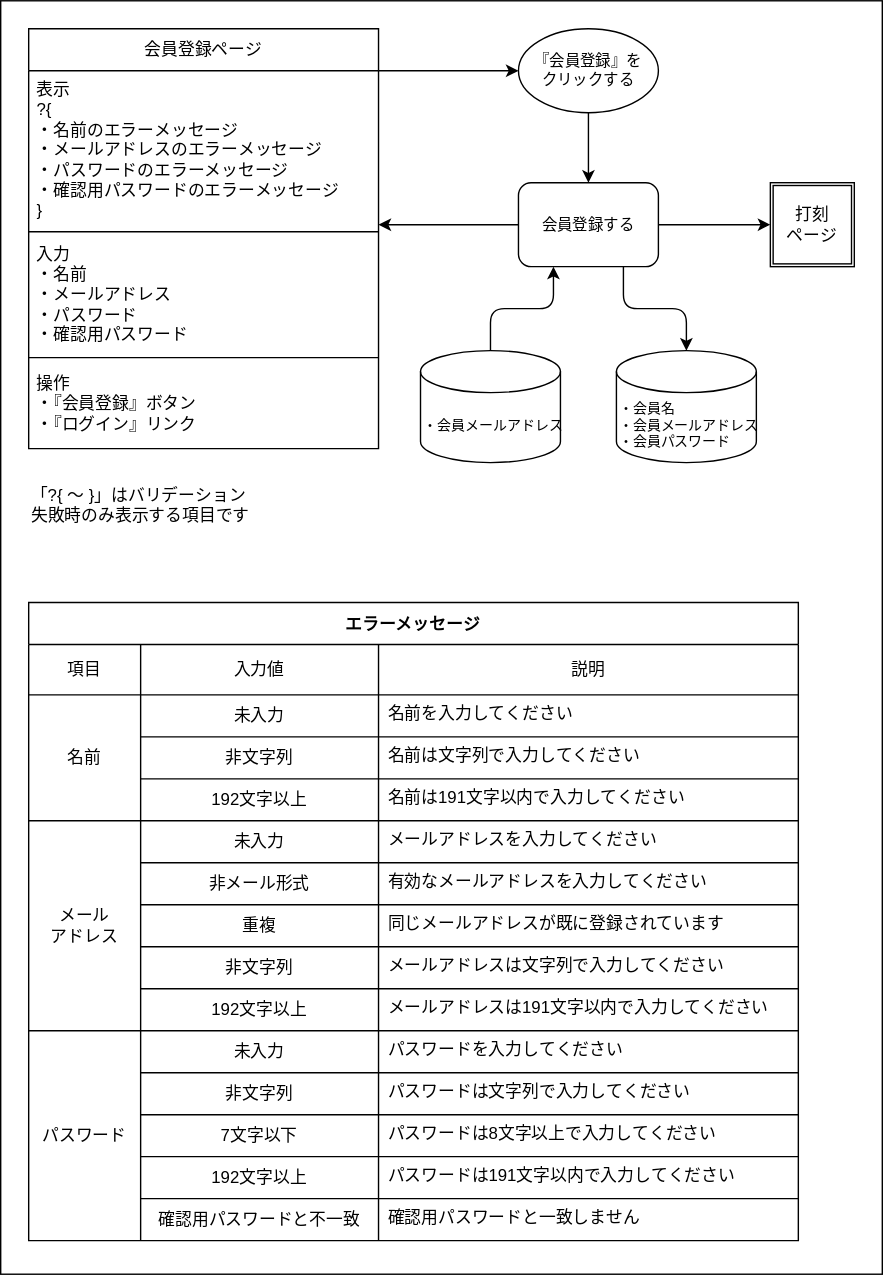
The draw.io diagram doc/画面遷移図/認証ページ/会員登録.drawio.svg in ryamao/atte, before a commit. Source tidied: cells renumbered, new cells last; positions are measured from the earlier drawing's top-left corner, leaving out a move shared by most shapes. Its diagram source:
```xml
<mxGraphModel>
  <root>
    <mxCell id="0" />
    <mxCell id="1" parent="0" />
    <mxCell id="2" style="rounded=0;whiteSpace=wrap;html=1;" parent="1" vertex="1">
      <mxGeometry width="630" height="910" as="geometry" />
    </mxCell>
    <mxCell id="3" value="会員登録ページ" style="swimlane;fontStyle=0;horizontal=1;startSize=30;whiteSpace=wrap;html=1;flipH=1;flipV=0;" parent="1" vertex="1">
      <mxGeometry x="20" y="20" width="250" height="300" as="geometry" />
    </mxCell>
    <mxCell id="4" value="表示&lt;br&gt;?{&lt;br&gt;　・名前のエラーメッセージ&lt;br&gt;　・メールアドレスのエラーメッセージ&lt;br&gt;　・パスワードのエラーメッセージ&lt;br&gt;　・確認用パスワードのエラーメッセージ&lt;br&gt;}" style="text;strokeColor=none;fillColor=none;align=left;verticalAlign=top;spacingLeft=4;spacingRight=4;overflow=hidden;portConstraint=eastwest;whiteSpace=wrap;html=1;" parent="3" vertex="1">
      <mxGeometry y="30" width="250" height="110" as="geometry" />
    </mxCell>
    <mxCell id="5" style="line;strokeWidth=1;html=1;" parent="3" vertex="1">
      <mxGeometry y="140" width="250" height="10" as="geometry" />
    </mxCell>
    <mxCell id="6" value="入力&lt;br&gt;・名前&lt;br&gt;・メールアドレス&lt;br&gt;・パスワード&lt;br&gt;・確認用パスワード" style="text;strokeColor=none;fillColor=none;align=left;verticalAlign=middle;spacingLeft=4;spacingRight=4;overflow=hidden;whiteSpace=wrap;html=1;strokeWidth=0;" parent="3" vertex="1">
      <mxGeometry y="150" width="250" height="80" as="geometry" />
    </mxCell>
    <mxCell id="7" style="line;strokeWidth=1;html=1;" parent="3" vertex="1">
      <mxGeometry y="230" width="250" height="10" as="geometry" />
    </mxCell>
    <mxCell id="8" value="操作&lt;br&gt;・『会員登録』ボタン&lt;br&gt;・『ログイン』リンク" style="text;strokeColor=none;fillColor=none;align=left;verticalAlign=top;spacingLeft=4;spacingRight=4;overflow=hidden;whiteSpace=wrap;html=1;strokeWidth=1;" parent="3" vertex="1">
      <mxGeometry y="240" width="250" height="60" as="geometry" />
    </mxCell>
    <mxCell id="9" style="edgeStyle=none;html=1;exitX=0.5;exitY=1;exitDx=0;exitDy=0;entryX=0.5;entryY=0;entryDx=0;entryDy=0;" parent="1" edge="1" source="65" target="66">
      <mxGeometry relative="1" as="geometry" />
    </mxCell>
    <mxCell id="10" style="edgeStyle=none;html=1;exitX=1;exitY=0.5;exitDx=0;exitDy=0;entryX=0;entryY=0.5;entryDx=0;entryDy=0;" parent="1" edge="1" source="66" target="67">
      <mxGeometry relative="1" as="geometry" />
    </mxCell>
    <mxCell id="11" style="edgeStyle=orthogonalEdgeStyle;html=1;exitX=0.75;exitY=1;exitDx=0;exitDy=0;entryX=0.5;entryY=0;entryDx=0;entryDy=0;entryPerimeter=0;" parent="1" edge="1" source="66" target="63">
      <mxGeometry relative="1" as="geometry" />
    </mxCell>
    <mxCell id="12" style="edgeStyle=none;html=1;entryX=0;entryY=0.5;entryDx=0;entryDy=0;exitX=1;exitY=0;exitDx=0;exitDy=0;" parent="1" edge="1" source="4" target="65">
      <mxGeometry relative="1" as="geometry" />
    </mxCell>
    <mxCell id="13" style="edgeStyle=none;html=1;exitX=0;exitY=0.5;exitDx=0;exitDy=0;entryX=1;entryY=1;entryDx=0;entryDy=0;" parent="1" edge="1" source="66" target="4">
      <mxGeometry relative="1" as="geometry" />
    </mxCell>
    <mxCell id="14" value="エラーメッセージ" style="shape=table;startSize=30;fontStyle=1;align=center;" parent="1" vertex="1">
      <mxGeometry x="20" y="430" width="550" height="456" as="geometry" />
    </mxCell>
    <mxCell id="15" style="shape=tableRow;horizontal=0;startSize=0;swimlaneHead=0;swimlaneBody=0;top=0;left=0;bottom=0;right=0;fillColor=none;" parent="14" vertex="1">
      <mxGeometry y="30" width="550" height="36" as="geometry" />
    </mxCell>
    <mxCell id="16" value="項目" style="shape=partialRectangle;html=1;whiteSpace=wrap;fillColor=none;top=0;left=0;bottom=0;right=0;overflow=hidden;" parent="15" vertex="1">
      <mxGeometry width="80" height="36" as="geometry" />
    </mxCell>
    <mxCell id="17" value="入力値" style="shape=partialRectangle;html=1;whiteSpace=wrap;fillColor=none;top=0;left=0;bottom=0;right=0;overflow=hidden;" parent="15" vertex="1">
      <mxGeometry x="80" width="170" height="36" as="geometry" />
    </mxCell>
    <mxCell id="18" value="説明" style="shape=partialRectangle;html=1;whiteSpace=wrap;fillColor=none;top=0;left=0;bottom=0;right=0;overflow=hidden;" parent="15" vertex="1">
      <mxGeometry x="250" width="300" height="36" as="geometry" />
    </mxCell>
    <mxCell id="19" style="shape=tableRow;horizontal=0;startSize=0;swimlaneHead=0;swimlaneBody=0;top=0;left=0;bottom=0;right=0;fillColor=none;" parent="14" vertex="1">
      <mxGeometry y="66" width="550" height="30" as="geometry" />
    </mxCell>
    <mxCell id="20" value="名前" style="shape=partialRectangle;html=1;whiteSpace=wrap;fillColor=none;top=0;left=0;bottom=0;right=0;overflow=hidden;align=center;verticalAlign=middle;rowspan=3;" parent="19" vertex="1">
      <mxGeometry width="80" height="90" as="geometry" />
    </mxCell>
    <mxCell id="21" value="未入力" style="shape=partialRectangle;html=1;whiteSpace=wrap;fillColor=none;top=0;left=0;bottom=0;right=0;overflow=hidden;align=center;verticalAlign=middle;" parent="19" vertex="1">
      <mxGeometry x="80" width="170" height="30" as="geometry" />
    </mxCell>
    <mxCell id="22" value="名前を入力してください" style="shape=partialRectangle;html=1;whiteSpace=wrap;fillColor=none;top=0;left=0;bottom=0;right=0;overflow=hidden;verticalAlign=top;align=left;spacingLeft=5;" parent="19" vertex="1">
      <mxGeometry x="250" width="300" height="30" as="geometry" />
    </mxCell>
    <mxCell id="23" style="shape=tableRow;horizontal=0;startSize=0;swimlaneHead=0;swimlaneBody=0;top=0;left=0;bottom=0;right=0;fillColor=none;" parent="14" vertex="1">
      <mxGeometry y="96" width="550" height="30" as="geometry" />
    </mxCell>
    <mxCell id="24" value="非文字列" style="shape=partialRectangle;html=1;whiteSpace=wrap;fillColor=none;top=0;left=0;bottom=0;right=0;overflow=hidden;verticalAlign=middle;align=center;" parent="23" vertex="1">
      <mxGeometry x="80" width="170" height="30" as="geometry" />
    </mxCell>
    <mxCell id="25" value="名前は文字列で入力してください" style="shape=partialRectangle;html=1;whiteSpace=wrap;fillColor=none;top=0;left=0;bottom=0;right=0;overflow=hidden;verticalAlign=top;align=left;spacingLeft=5;" parent="23" vertex="1">
      <mxGeometry x="250" width="300" height="30" as="geometry" />
    </mxCell>
    <mxCell id="26" style="shape=tableRow;horizontal=0;startSize=0;swimlaneHead=0;swimlaneBody=0;top=0;left=0;bottom=0;right=0;fillColor=none;" parent="14" vertex="1">
      <mxGeometry y="126" width="550" height="30" as="geometry" />
    </mxCell>
    <mxCell id="27" value="192文字以上" style="shape=partialRectangle;html=1;whiteSpace=wrap;fillColor=none;top=0;left=0;bottom=0;right=0;overflow=hidden;verticalAlign=middle;align=center;" parent="26" vertex="1">
      <mxGeometry x="80" width="170" height="30" as="geometry" />
    </mxCell>
    <mxCell id="28" value="名前は191文字以内で入力してください" style="shape=partialRectangle;html=1;whiteSpace=wrap;fillColor=none;top=0;left=0;bottom=0;right=0;overflow=hidden;verticalAlign=top;align=left;spacingLeft=5;" parent="26" vertex="1">
      <mxGeometry x="250" width="300" height="30" as="geometry" />
    </mxCell>
    <mxCell id="29" style="shape=tableRow;horizontal=0;startSize=0;swimlaneHead=0;swimlaneBody=0;top=0;left=0;bottom=0;right=0;fillColor=none;" parent="14" vertex="1">
      <mxGeometry y="156" width="550" height="30" as="geometry" />
    </mxCell>
    <mxCell id="30" value="メール&lt;br&gt;アドレス" style="shape=partialRectangle;html=1;whiteSpace=wrap;fillColor=none;top=0;left=0;bottom=0;right=0;overflow=hidden;verticalAlign=middle;align=center;rowspan=5;" parent="29" vertex="1">
      <mxGeometry width="80" height="150" as="geometry" />
    </mxCell>
    <mxCell id="31" value="未入力" style="shape=partialRectangle;html=1;whiteSpace=wrap;fillColor=none;top=0;left=0;bottom=0;right=0;overflow=hidden;verticalAlign=middle;align=center;" parent="29" vertex="1">
      <mxGeometry x="80" width="170" height="30" as="geometry" />
    </mxCell>
    <mxCell id="32" value="メールアドレスを入力してください" style="shape=partialRectangle;html=1;whiteSpace=wrap;fillColor=none;top=0;left=0;bottom=0;right=0;overflow=hidden;verticalAlign=top;align=left;spacingLeft=5;" parent="29" vertex="1">
      <mxGeometry x="250" width="300" height="30" as="geometry" />
    </mxCell>
    <mxCell id="33" style="shape=tableRow;horizontal=0;startSize=0;swimlaneHead=0;swimlaneBody=0;top=0;left=0;bottom=0;right=0;fillColor=none;" parent="14" vertex="1">
      <mxGeometry y="186" width="550" height="30" as="geometry" />
    </mxCell>
    <mxCell id="34" value="非メール形式" style="shape=partialRectangle;html=1;whiteSpace=wrap;fillColor=none;top=0;left=0;bottom=0;right=0;overflow=hidden;verticalAlign=middle;align=center;" parent="33" vertex="1">
      <mxGeometry x="80" width="170" height="30" as="geometry" />
    </mxCell>
    <mxCell id="35" value="有効なメールアドレスを入力してください" style="shape=partialRectangle;html=1;whiteSpace=wrap;fillColor=none;top=0;left=0;bottom=0;right=0;overflow=hidden;verticalAlign=top;align=left;spacingLeft=5;" parent="33" vertex="1">
      <mxGeometry x="250" width="300" height="30" as="geometry" />
    </mxCell>
    <mxCell id="36" style="shape=tableRow;horizontal=0;startSize=0;swimlaneHead=0;swimlaneBody=0;top=0;left=0;bottom=0;right=0;fillColor=none;" parent="14" vertex="1">
      <mxGeometry y="216" width="550" height="30" as="geometry" />
    </mxCell>
    <mxCell id="37" value="重複" style="shape=partialRectangle;html=1;whiteSpace=wrap;fillColor=none;top=0;left=0;bottom=0;right=0;overflow=hidden;verticalAlign=middle;align=center;" parent="36" vertex="1">
      <mxGeometry x="80" width="170" height="30" as="geometry" />
    </mxCell>
    <mxCell id="38" value="同じメールアドレスが既に登録されています" style="shape=partialRectangle;html=1;whiteSpace=wrap;fillColor=none;top=0;left=0;bottom=0;right=0;overflow=hidden;verticalAlign=top;align=left;spacingLeft=5;" parent="36" vertex="1">
      <mxGeometry x="250" width="300" height="30" as="geometry" />
    </mxCell>
    <mxCell id="39" style="shape=tableRow;horizontal=0;startSize=0;swimlaneHead=0;swimlaneBody=0;top=0;left=0;bottom=0;right=0;fillColor=none;" parent="14" vertex="1">
      <mxGeometry y="246" width="550" height="30" as="geometry" />
    </mxCell>
    <mxCell id="40" value="非文字列" style="shape=partialRectangle;html=1;whiteSpace=wrap;fillColor=none;top=0;left=0;bottom=0;right=0;overflow=hidden;verticalAlign=middle;align=center;" parent="39" vertex="1">
      <mxGeometry x="80" width="170" height="30" as="geometry" />
    </mxCell>
    <mxCell id="41" value="メールアドレスは文字列で入力してください" style="shape=partialRectangle;html=1;whiteSpace=wrap;fillColor=none;top=0;left=0;bottom=0;right=0;overflow=hidden;verticalAlign=top;align=left;spacingLeft=5;" parent="39" vertex="1">
      <mxGeometry x="250" width="300" height="30" as="geometry" />
    </mxCell>
    <mxCell id="42" style="shape=tableRow;horizontal=0;startSize=0;swimlaneHead=0;swimlaneBody=0;top=0;left=0;bottom=0;right=0;fillColor=none;" parent="14" vertex="1">
      <mxGeometry y="276" width="550" height="30" as="geometry" />
    </mxCell>
    <mxCell id="43" value="192文字以上" style="shape=partialRectangle;html=1;whiteSpace=wrap;fillColor=none;top=0;left=0;bottom=0;right=0;overflow=hidden;verticalAlign=middle;align=center;" parent="42" vertex="1">
      <mxGeometry x="80" width="170" height="30" as="geometry" />
    </mxCell>
    <mxCell id="44" value="メールアドレスは191文字以内で入力してください" style="shape=partialRectangle;html=1;whiteSpace=wrap;fillColor=none;top=0;left=0;bottom=0;right=0;overflow=hidden;verticalAlign=top;align=left;spacingLeft=5;" parent="42" vertex="1">
      <mxGeometry x="250" width="300" height="30" as="geometry" />
    </mxCell>
    <mxCell id="45" style="shape=tableRow;horizontal=0;startSize=0;swimlaneHead=0;swimlaneBody=0;top=0;left=0;bottom=0;right=0;fillColor=none;" parent="14" vertex="1">
      <mxGeometry y="306" width="550" height="30" as="geometry" />
    </mxCell>
    <mxCell id="46" value="パスワード" style="shape=partialRectangle;html=1;whiteSpace=wrap;fillColor=none;top=0;left=0;bottom=0;right=0;overflow=hidden;verticalAlign=middle;align=center;rowspan=5;" parent="45" vertex="1">
      <mxGeometry width="80" height="150" as="geometry" />
    </mxCell>
    <mxCell id="47" value="未入力" style="shape=partialRectangle;html=1;whiteSpace=wrap;fillColor=none;top=0;left=0;bottom=0;right=0;overflow=hidden;verticalAlign=middle;align=center;" parent="45" vertex="1">
      <mxGeometry x="80" width="170" height="30" as="geometry" />
    </mxCell>
    <mxCell id="48" value="パスワードを入力してください" style="shape=partialRectangle;html=1;whiteSpace=wrap;fillColor=none;top=0;left=0;bottom=0;right=0;overflow=hidden;verticalAlign=top;align=left;spacingLeft=5;" parent="45" vertex="1">
      <mxGeometry x="250" width="300" height="30" as="geometry" />
    </mxCell>
    <mxCell id="49" style="shape=tableRow;horizontal=0;startSize=0;swimlaneHead=0;swimlaneBody=0;top=0;left=0;bottom=0;right=0;fillColor=none;" parent="14" vertex="1">
      <mxGeometry y="336" width="550" height="30" as="geometry" />
    </mxCell>
    <mxCell id="50" value="非文字列" style="shape=partialRectangle;html=1;whiteSpace=wrap;fillColor=none;top=0;left=0;bottom=0;right=0;overflow=hidden;verticalAlign=middle;align=center;" parent="49" vertex="1">
      <mxGeometry x="80" width="170" height="30" as="geometry" />
    </mxCell>
    <mxCell id="51" value="パスワードは文字列で入力してください" style="shape=partialRectangle;html=1;whiteSpace=wrap;fillColor=none;top=0;left=0;bottom=0;right=0;overflow=hidden;verticalAlign=top;align=left;spacingLeft=5;" parent="49" vertex="1">
      <mxGeometry x="250" width="300" height="30" as="geometry" />
    </mxCell>
    <mxCell id="52" style="shape=tableRow;horizontal=0;startSize=0;swimlaneHead=0;swimlaneBody=0;top=0;left=0;bottom=0;right=0;fillColor=none;" parent="14" vertex="1">
      <mxGeometry y="366" width="550" height="30" as="geometry" />
    </mxCell>
    <mxCell id="53" value="7文字以下" style="shape=partialRectangle;html=1;whiteSpace=wrap;fillColor=none;top=0;left=0;bottom=0;right=0;overflow=hidden;verticalAlign=middle;align=center;" parent="52" vertex="1">
      <mxGeometry x="80" width="170" height="30" as="geometry" />
    </mxCell>
    <mxCell id="54" value="パスワードは8文字以上で入力してください" style="shape=partialRectangle;html=1;whiteSpace=wrap;fillColor=none;top=0;left=0;bottom=0;right=0;overflow=hidden;verticalAlign=top;align=left;spacingLeft=5;" parent="52" vertex="1">
      <mxGeometry x="250" width="300" height="30" as="geometry" />
    </mxCell>
    <mxCell id="55" style="shape=tableRow;horizontal=0;startSize=0;swimlaneHead=0;swimlaneBody=0;top=0;left=0;bottom=0;right=0;fillColor=none;" parent="14" vertex="1">
      <mxGeometry y="396" width="550" height="30" as="geometry" />
    </mxCell>
    <mxCell id="56" value="192文字以上" style="shape=partialRectangle;html=1;whiteSpace=wrap;fillColor=none;top=0;left=0;bottom=0;right=0;overflow=hidden;verticalAlign=middle;align=center;" parent="55" vertex="1">
      <mxGeometry x="80" width="170" height="30" as="geometry" />
    </mxCell>
    <mxCell id="57" value="パスワードは191文字以内で入力してください" style="shape=partialRectangle;html=1;whiteSpace=wrap;fillColor=none;top=0;left=0;bottom=0;right=0;overflow=hidden;verticalAlign=top;align=left;spacingLeft=5;" parent="55" vertex="1">
      <mxGeometry x="250" width="300" height="30" as="geometry" />
    </mxCell>
    <mxCell id="58" style="shape=tableRow;horizontal=0;startSize=0;swimlaneHead=0;swimlaneBody=0;top=0;left=0;bottom=0;right=0;fillColor=none;" parent="14" vertex="1">
      <mxGeometry y="426" width="550" height="30" as="geometry" />
    </mxCell>
    <mxCell id="59" value="確認用パスワードと不一致" style="shape=partialRectangle;html=1;whiteSpace=wrap;fillColor=none;top=0;left=0;bottom=0;right=0;overflow=hidden;verticalAlign=middle;align=center;" parent="58" vertex="1">
      <mxGeometry x="80" width="170" height="30" as="geometry" />
    </mxCell>
    <mxCell id="60" value="確認用パスワードと一致しません" style="shape=partialRectangle;html=1;whiteSpace=wrap;fillColor=none;top=0;left=0;bottom=0;right=0;overflow=hidden;verticalAlign=top;align=left;spacingLeft=5;" parent="58" vertex="1">
      <mxGeometry x="250" width="300" height="30" as="geometry" />
    </mxCell>
    <mxCell id="61" style="html=1;exitX=0.5;exitY=0;exitDx=0;exitDy=0;exitPerimeter=0;entryX=0.25;entryY=1;entryDx=0;entryDy=0;edgeStyle=orthogonalEdgeStyle;" parent="1" edge="1" source="62" target="66">
      <mxGeometry relative="1" as="geometry" />
    </mxCell>
    <mxCell id="62" value="・会員メールアドレス" style="shape=cylinder3;html=1;boundedLbl=1;backgroundOutline=1;size=15;align=left;fontSize=10;" parent="1" vertex="1">
      <mxGeometry x="300" y="250" width="100" height="80" as="geometry" />
    </mxCell>
    <mxCell id="63" value="・会員名&lt;br style=&quot;font-size: 10px;&quot;&gt;・会員メールアドレス&lt;br style=&quot;font-size: 10px;&quot;&gt;・会員パスワード" style="shape=cylinder3;html=1;boundedLbl=1;backgroundOutline=1;size=15;align=left;fontSize=10;" parent="1" vertex="1">
      <mxGeometry x="440" y="250" width="100" height="80" as="geometry" />
    </mxCell>
    <mxCell id="64" value="「?{ 〜 }」はバリデーション失敗時のみ表示する項目です" style="text;html=1;strokeColor=none;fillColor=none;align=left;verticalAlign=top;whiteSpace=wrap;rounded=0;" parent="1" vertex="1">
      <mxGeometry x="20" y="340" width="160" height="40" as="geometry" />
    </mxCell>
    <mxCell id="65" value="『会員登録』を&lt;br&gt;クリックする" style="ellipse;whiteSpace=wrap;html=1;fontSize=11;" parent="1" vertex="1">
      <mxGeometry x="370" y="20" width="100" height="60" as="geometry" />
    </mxCell>
    <mxCell id="66" value="会員登録する" style="rounded=1;whiteSpace=wrap;html=1;fontSize=11;" parent="1" vertex="1">
      <mxGeometry x="370" y="130" width="100" height="60" as="geometry" />
    </mxCell>
    <mxCell id="67" value="打刻&lt;br&gt;ページ" style="shape=ext;double=1;whiteSpace=wrap;html=1;" parent="1" vertex="1">
      <mxGeometry x="550" y="130" width="60" height="60" as="geometry" />
    </mxCell>
  </root>
</mxGraphModel>
```
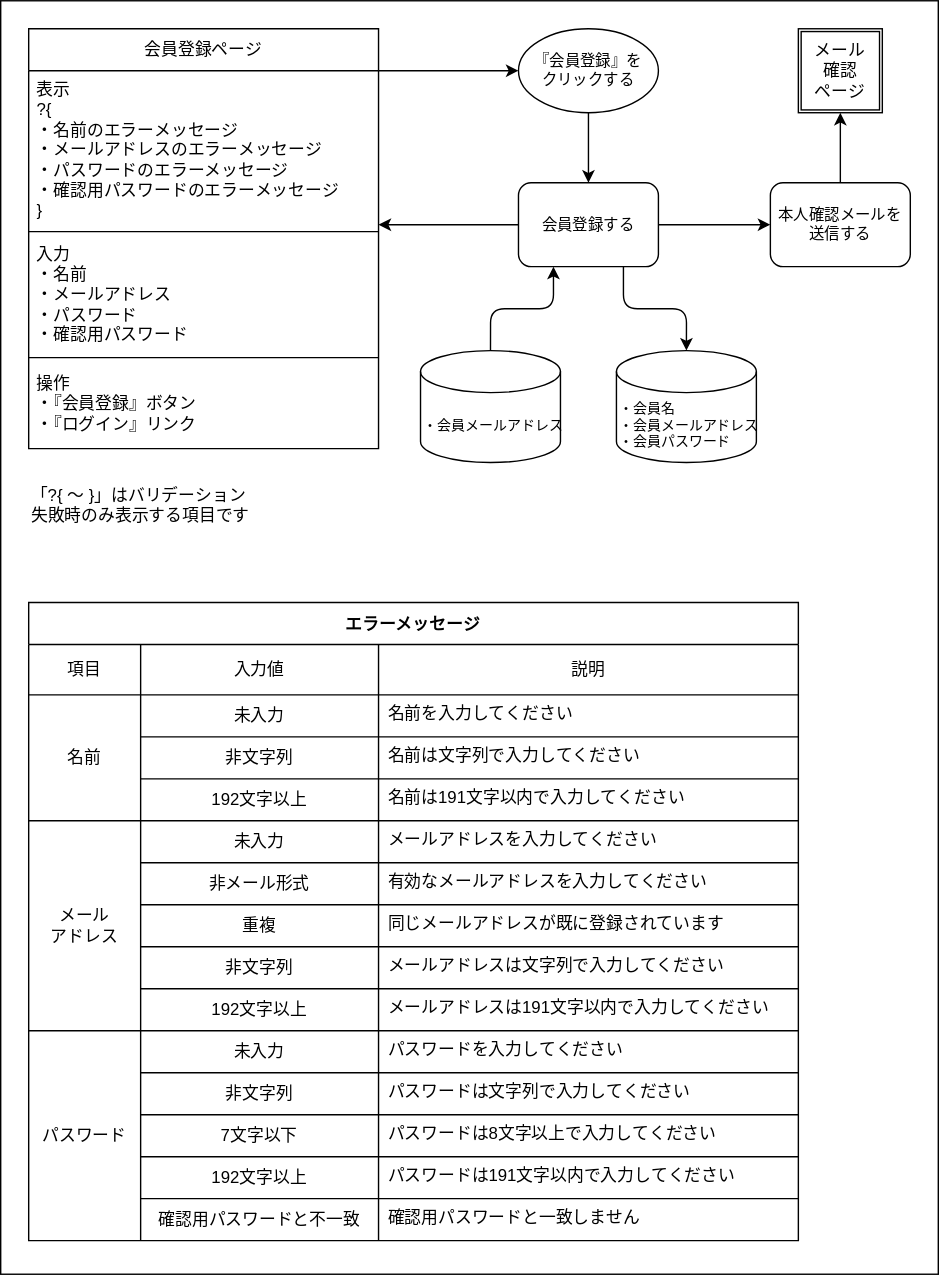
The same file after the commit.

The edit, as a diff of the source:
```diff
@@ -3,7 +3,7 @@
     <mxCell id="0" />
     <mxCell id="1" parent="0" />
     <mxCell id="2" style="rounded=0;whiteSpace=wrap;html=1;" parent="1" vertex="1">
-      <mxGeometry width="630" height="910" as="geometry" />
+      <mxGeometry width="670" height="910" as="geometry" />
     </mxCell>
     <mxCell id="3" value="会員登録ページ" style="swimlane;fontStyle=0;horizontal=1;startSize=30;whiteSpace=wrap;html=1;flipH=1;flipV=0;" parent="1" vertex="1">
       <mxGeometry x="20" y="20" width="250" height="300" as="geometry" />
@@ -26,7 +26,7 @@
     <mxCell id="9" style="edgeStyle=none;html=1;exitX=0.5;exitY=1;exitDx=0;exitDy=0;entryX=0.5;entryY=0;entryDx=0;entryDy=0;" parent="1" edge="1" source="65" target="66">
       <mxGeometry relative="1" as="geometry" />
     </mxCell>
-    <mxCell id="10" style="edgeStyle=none;html=1;exitX=1;exitY=0.5;exitDx=0;exitDy=0;entryX=0;entryY=0.5;entryDx=0;entryDy=0;" parent="1" edge="1" source="66" target="67">
+    <mxCell id="10" style="edgeStyle=none;html=1;exitX=1;exitY=0.5;exitDx=0;exitDy=0;entryX=0;entryY=0.5;entryDx=0;entryDy=0;" parent="1" edge="1" source="66" target="69">
       <mxGeometry relative="1" as="geometry" />
     </mxCell>
     <mxCell id="11" style="edgeStyle=orthogonalEdgeStyle;html=1;exitX=0.75;exitY=1;exitDx=0;exitDy=0;entryX=0.5;entryY=0;entryDx=0;entryDy=0;entryPerimeter=0;" parent="1" edge="1" source="66" target="63">
@@ -197,8 +197,14 @@
     <mxCell id="66" value="会員登録する" style="rounded=1;whiteSpace=wrap;html=1;fontSize=11;" parent="1" vertex="1">
       <mxGeometry x="370" y="130" width="100" height="60" as="geometry" />
     </mxCell>
-    <mxCell id="67" value="打刻&lt;br&gt;ページ" style="shape=ext;double=1;whiteSpace=wrap;html=1;" parent="1" vertex="1">
-      <mxGeometry x="550" y="130" width="60" height="60" as="geometry" />
+    <mxCell id="67" value="メール&lt;br&gt;確認&lt;br&gt;ページ" style="shape=ext;double=1;whiteSpace=wrap;html=1;" parent="1" vertex="1">
+      <mxGeometry x="570" y="20" width="60" height="60" as="geometry" />
     </mxCell>
+    <mxCell id="68" style="edgeStyle=none;html=1;exitX=0.5;exitY=0;exitDx=0;exitDy=0;entryX=0.5;entryY=1;entryDx=0;entryDy=0;" parent="1" edge="1" source="69" target="67">
+      <mxGeometry relative="1" as="geometry" />
+    </mxCell>
+    <mxCell id="69" value="本人確認メールを&lt;br&gt;送信する" style="rounded=1;whiteSpace=wrap;html=1;fontSize=11;" parent="1" vertex="1">
+      <mxGeometry x="550" y="130" width="100" height="60" as="geometry" />
+    </mxCell>
   </root>
 </mxGraphModel>
```
